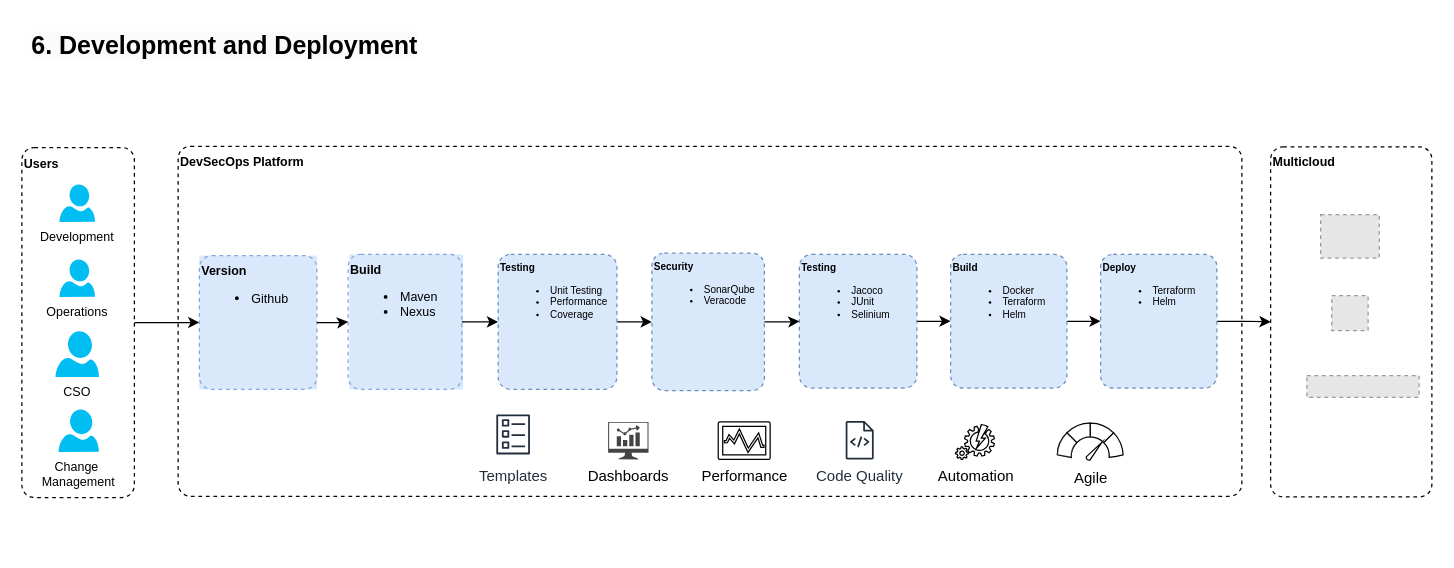
Before: page "6. Development and Deployment" (4 of 4) of SaaS.drawio in fhermq/diagrams, a draw.io diagram. Source tidied: cells renumbered, new cells numbered last; positions are measured from the earlier drawing's top-left corner, leaving out a move shared by most shapes. Both pictures are drawn from the tidied source at 125%, with x=0, y=0 at pixel (21, 21). Pictures stored in the file or linked from it are replaced by grey dashed boxes.
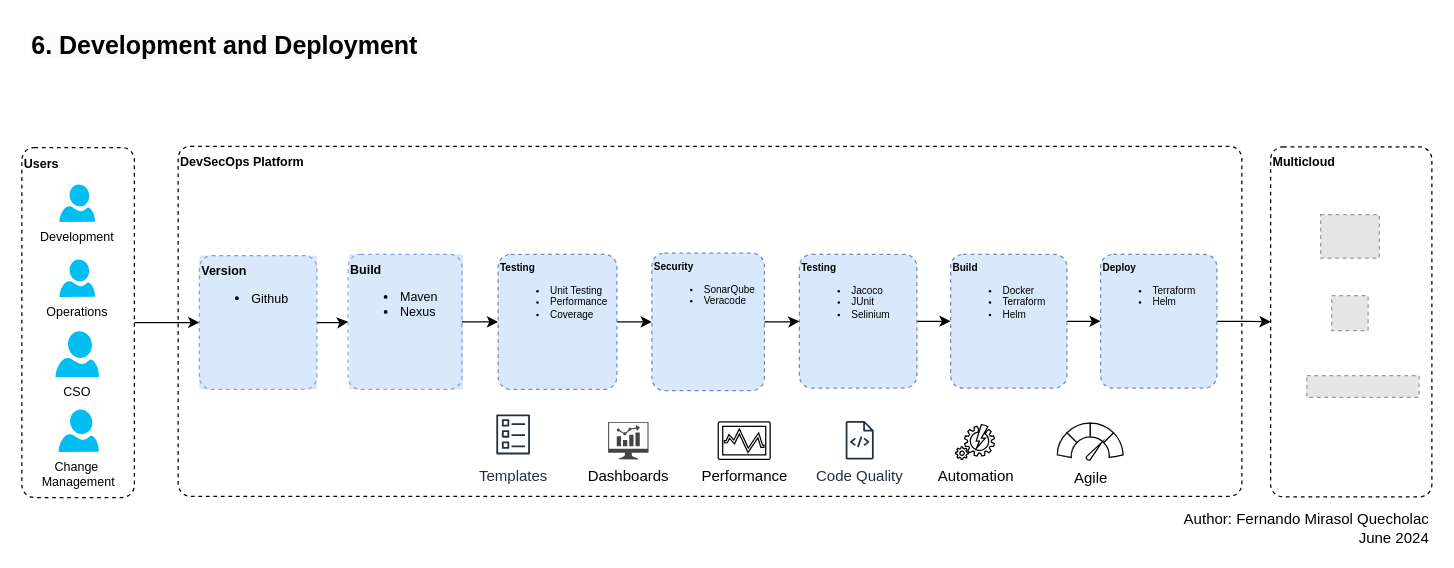
After the change.

The edit, as a diff of the source:
```diff
@@
+    <mxCell id="38" value="Author: Fernando Mirasol Quecholac&lt;div&gt;June 2024&lt;/div&gt;" style="text;html=1;align=right;verticalAlign=middle;whiteSpace=wrap;rounded=0;" parent="1" vertex="1">
+      <mxGeometry x="846" y="390" width="282" height="30" as="geometry" />
+    </mxCell>
```
